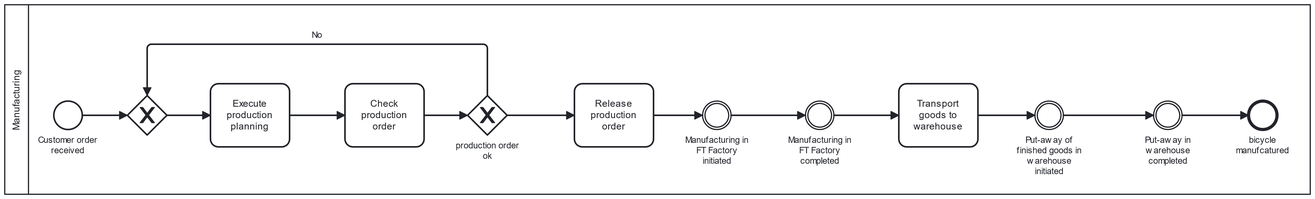
BpaLabTHCologne/bpa_lab_docs keeps this BPMN diagram as processmodels/strategic_model_manufacturing.png. Above is the earlier version. Its source is kept beside it as processmodels/strategic_model_manufacturing.bpmn. Ids are renumbered.
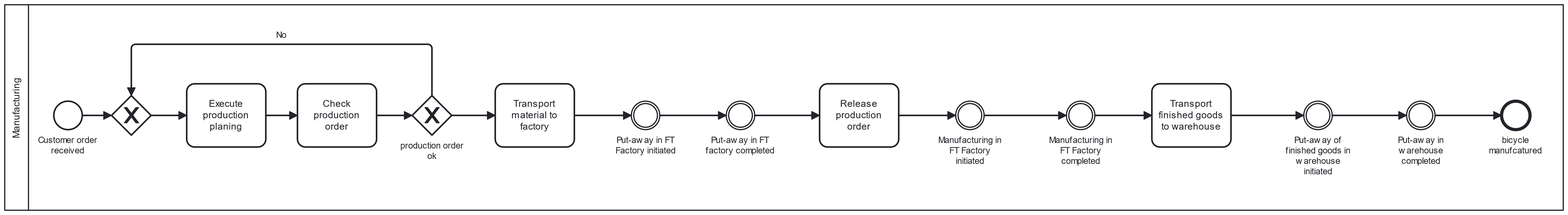
The same diagram one commit later.

Diff of the diagram source:
```diff
@@ -3,37 +3,16 @@
     <bpmn:participant id="Participant_n2" name="Manufacturing" processRef="Process_n3" />
   </bpmn:collaboration>
   <bpmn:process id="Process_n3" isExecutable="true">
-    <bpmn:sequenceFlow id="Flow_n4" sourceRef="StartEvent_1" targetRef="Gateway_n5" />
-    <bpmn:sequenceFlow id="Flow_n6" sourceRef="Activity_n7" targetRef="Activity_n8" />
-    <bpmn:sequenceFlow id="Flow_n9" sourceRef="Activity_n8" targetRef="Gateway_n10" />
-    <bpmn:exclusiveGateway id="Gateway_n5">
-      <bpmn:incoming>Flow_n4</bpmn:incoming>
-      <bpmn:incoming>Flow_n11</bpmn:incoming>
-      <bpmn:outgoing>Flow_n12</bpmn:outgoing>
-    </bpmn:exclusiveGateway>
-    <bpmn:sequenceFlow id="Flow_n12" sourceRef="Gateway_n5" targetRef="Activity_n7" />
-    <bpmn:sequenceFlow id="Flow_n11" name="No" sourceRef="Gateway_n10" targetRef="Gateway_n5" />
-    <bpmn:task id="Activity_n8" name="Check production order">
-      <bpmn:incoming>Flow_n6</bpmn:incoming>
-      <bpmn:outgoing>Flow_n9</bpmn:outgoing>
-    </bpmn:task>
-    <bpmn:exclusiveGateway id="Gateway_n10" name="production order ok">
-      <bpmn:incoming>Flow_n9</bpmn:incoming>
-      <bpmn:outgoing>Flow_n11</bpmn:outgoing>
-      <bpmn:outgoing>Flow_n13</bpmn:outgoing>
-    </bpmn:exclusiveGateway>
-    <bpmn:startEvent id="StartEvent_1" name="Customer order received">
-      <bpmn:outgoing>Flow_n4</bpmn:outgoing>
-    </bpmn:startEvent>
-    <bpmn:sequenceFlow id="Flow_n13" sourceRef="Gateway_n10" targetRef="Activity_n14" />
-    <bpmn:task id="Activity_n7" name="Execute production planning">
-      <bpmn:incoming>Flow_n12</bpmn:incoming>
-      <bpmn:outgoing>Flow_n6</bpmn:outgoing>
-    </bpmn:task>
-    <bpmn:sequenceFlow id="Flow_n15" sourceRef="Activity_n14" targetRef="Event_n16" />
-    <bpmn:sequenceFlow id="Flow_n17" sourceRef="Event_n16" targetRef="Event_n18" />
+    <bpmn:intermediateThrowEvent id="Event_n27" name="Put-away in FT factory completed">
+      <bpmn:incoming>Flow_n28</bpmn:incoming>
+      <bpmn:outgoing>Flow_n29</bpmn:outgoing>
+    </bpmn:intermediateThrowEvent>
+    <bpmn:intermediateThrowEvent id="Event_n30" name="Put-away in FT Factory initiated">
+      <bpmn:incoming>Flow_n31</bpmn:incoming>
+      <bpmn:outgoing>Flow_n28</bpmn:outgoing>
+    </bpmn:intermediateThrowEvent>
     <bpmn:task id="Activity_n14" name="Release production order">
-      <bpmn:incoming>Flow_n13</bpmn:incoming>
+      <bpmn:incoming>Flow_n29</bpmn:incoming>
       <bpmn:outgoing>Flow_n15</bpmn:outgoing>
     </bpmn:task>
     <bpmn:intermediateThrowEvent id="Event_n16" name="Manufacturing in FT Factory initiated">
@@ -44,11 +23,7 @@
       <bpmn:incoming>Flow_n17</bpmn:incoming>
       <bpmn:outgoing>Flow_n19</bpmn:outgoing>
     </bpmn:intermediateThrowEvent>
-    <bpmn:sequenceFlow id="Flow_n20" sourceRef="Event_n21" targetRef="Event_n22" />
-    <bpmn:sequenceFlow id="Flow_n23" sourceRef="Event_n22" targetRef="Event_n24" />
-    <bpmn:sequenceFlow id="Flow_n19" sourceRef="Event_n18" targetRef="Activity_n25" />
-    <bpmn:sequenceFlow id="Flow_n26" sourceRef="Activity_n25" targetRef="Event_n21" />
-    <bpmn:task id="Activity_n25" name="Transport goods to warehouse">
+    <bpmn:task id="Activity_n25" name="Transport finished goods to warehouse">
       <bpmn:incoming>Flow_n19</bpmn:incoming>
       <bpmn:outgoing>Flow_n26</bpmn:outgoing>
     </bpmn:task>
@@ -63,125 +38,194 @@
     <bpmn:endEvent id="Event_n24" name="bicycle manufcatured">
       <bpmn:incoming>Flow_n23</bpmn:incoming>
     </bpmn:endEvent>
+    <bpmn:sequenceFlow id="Flow_n4" sourceRef="StartEvent_1" targetRef="Gateway_n5" />
+    <bpmn:sequenceFlow id="Flow_n11" name="No" sourceRef="Gateway_n10" targetRef="Gateway_n5" />
+    <bpmn:sequenceFlow id="Flow_n12" sourceRef="Gateway_n5" targetRef="Activity_n7" />
+    <bpmn:sequenceFlow id="Flow_n6" sourceRef="Activity_n7" targetRef="Activity_n8" />
+    <bpmn:sequenceFlow id="Flow_n9" sourceRef="Activity_n8" targetRef="Gateway_n10" />
+    <bpmn:sequenceFlow id="Flow_n28" sourceRef="Event_n30" targetRef="Event_n27" />
+    <bpmn:sequenceFlow id="Flow_n29" sourceRef="Event_n27" targetRef="Activity_n14" />
+    <bpmn:sequenceFlow id="Flow_n15" sourceRef="Activity_n14" targetRef="Event_n16" />
+    <bpmn:sequenceFlow id="Flow_n17" sourceRef="Event_n16" targetRef="Event_n18" />
+    <bpmn:sequenceFlow id="Flow_n19" sourceRef="Event_n18" targetRef="Activity_n25" />
+    <bpmn:sequenceFlow id="Flow_n26" sourceRef="Activity_n25" targetRef="Event_n21" />
+    <bpmn:sequenceFlow id="Flow_n20" sourceRef="Event_n21" targetRef="Event_n22" />
+    <bpmn:sequenceFlow id="Flow_n23" sourceRef="Event_n22" targetRef="Event_n24" />
+    <bpmn:exclusiveGateway id="Gateway_n5">
+      <bpmn:incoming>Flow_n4</bpmn:incoming>
+      <bpmn:incoming>Flow_n11</bpmn:incoming>
+      <bpmn:outgoing>Flow_n12</bpmn:outgoing>
+    </bpmn:exclusiveGateway>
+    <bpmn:sequenceFlow id="Flow_n32" sourceRef="Gateway_n10" targetRef="Activity_n33" />
+    <bpmn:sequenceFlow id="Flow_n31" sourceRef="Activity_n33" targetRef="Event_n30" />
+    <bpmn:task id="Activity_n33" name="Transport material to factory">
+      <bpmn:incoming>Flow_n32</bpmn:incoming>
+      <bpmn:outgoing>Flow_n31</bpmn:outgoing>
+    </bpmn:task>
+    <bpmn:exclusiveGateway id="Gateway_n10" name="production order ok">
+      <bpmn:incoming>Flow_n9</bpmn:incoming>
+      <bpmn:outgoing>Flow_n11</bpmn:outgoing>
+      <bpmn:outgoing>Flow_n32</bpmn:outgoing>
+    </bpmn:exclusiveGateway>
+    <bpmn:task id="Activity_n8" name="Check production order">
+      <bpmn:incoming>Flow_n6</bpmn:incoming>
+      <bpmn:outgoing>Flow_n9</bpmn:outgoing>
+    </bpmn:task>
+    <bpmn:task id="Activity_n7" name="Execute production planing">
+      <bpmn:incoming>Flow_n12</bpmn:incoming>
+      <bpmn:outgoing>Flow_n6</bpmn:outgoing>
+    </bpmn:task>
+    <bpmn:startEvent id="StartEvent_1" name="Customer order received">
+      <bpmn:outgoing>Flow_n4</bpmn:outgoing>
+    </bpmn:startEvent>
   </bpmn:process>
   <bpmndi:BPMNDiagram id="BPMNDiagram_1">
     <bpmndi:BPMNPlane id="BPMNPlane_1" bpmnElement="Collaboration_n1">
       <bpmndi:BPMNShape id="Participant_n2_di" bpmnElement="Participant_n2" isHorizontal="true">
-        <dc:Bounds x="150" y="80" width="1650" height="240" />
+        <dc:Bounds x="160" y="80" width="1970" height="260" />
         <bpmndi:BPMNLabel />
       </bpmndi:BPMNShape>
+      <bpmndi:BPMNShape id="Event_n27_di" bpmnElement="Event_n27">
+        <dc:Bounds x="1072" y="202" width="36" height="36" />
+        <bpmndi:BPMNLabel>
+          <dc:Bounds x="1046" y="245" width="88" height="27" />
+        </bpmndi:BPMNLabel>
+      </bpmndi:BPMNShape>
+      <bpmndi:BPMNShape id="Event_n30_di" bpmnElement="Event_n30">
+        <dc:Bounds x="952" y="202" width="36" height="36" />
+        <bpmndi:BPMNLabel>
+          <dc:Bounds x="932" y="245" width="77" height="27" />
+        </bpmndi:BPMNLabel>
+      </bpmndi:BPMNShape>
+      <bpmndi:BPMNShape id="Activity_n14_di" bpmnElement="Activity_n14">
+        <dc:Bounds x="1190" y="180" width="100" height="80" />
+        <bpmndi:BPMNLabel />
+      </bpmndi:BPMNShape>
+      <bpmndi:BPMNShape id="Event_n16_di" bpmnElement="Event_n16">
+        <dc:Bounds x="1362" y="202" width="36" height="36" />
+        <bpmndi:BPMNLabel>
+          <dc:Bounds x="1340" y="245" width="81" height="40" />
+        </bpmndi:BPMNLabel>
+      </bpmndi:BPMNShape>
+      <bpmndi:BPMNShape id="Event_030jygj_di" bpmnElement="Event_n18">
+        <dc:Bounds x="1502" y="202" width="36" height="36" />
+        <bpmndi:BPMNLabel>
+          <dc:Bounds x="1480" y="245" width="81" height="40" />
+        </bpmndi:BPMNLabel>
+      </bpmndi:BPMNShape>
+      <bpmndi:BPMNShape id="Activity_n25_di" bpmnElement="Activity_n25">
+        <dc:Bounds x="1610" y="180" width="100" height="80" />
+        <bpmndi:BPMNLabel />
+      </bpmndi:BPMNShape>
+      <bpmndi:BPMNShape id="Event_n21_di" bpmnElement="Event_n21">
+        <dc:Bounds x="1802" y="202" width="36" height="36" />
+        <bpmndi:BPMNLabel>
+          <dc:Bounds x="1779" y="245" width="83" height="53" />
+        </bpmndi:BPMNLabel>
+      </bpmndi:BPMNShape>
+      <bpmndi:BPMNShape id="Event_n22_di" bpmnElement="Event_n22">
+        <dc:Bounds x="1932" y="202" width="36" height="36" />
+        <bpmndi:BPMNLabel>
+          <dc:Bounds x="1921" y="245" width="59" height="40" />
+        </bpmndi:BPMNLabel>
+      </bpmndi:BPMNShape>
+      <bpmndi:BPMNShape id="Event_n24_di" bpmnElement="Event_n24">
+        <dc:Bounds x="2052" y="202" width="36" height="36" />
+        <bpmndi:BPMNLabel>
+          <dc:Bounds x="2036" y="245" width="68" height="27" />
+        </bpmndi:BPMNLabel>
+      </bpmndi:BPMNShape>
       <bpmndi:BPMNShape id="Gateway_n5_di" bpmnElement="Gateway_n5" isMarkerVisible="true">
-        <dc:Bounds x="305" y="195" width="50" height="50" />
+        <dc:Bounds x="295" y="195" width="50" height="50" />
       </bpmndi:BPMNShape>
-      <bpmndi:BPMNShape id="Activity_n8_di" bpmnElement="Activity_n8">
-        <dc:Bounds x="580" y="180" width="100" height="80" />
+      <bpmndi:BPMNShape id="Activity_n33_di" bpmnElement="Activity_n33">
+        <dc:Bounds x="780" y="180" width="100" height="80" />
         <bpmndi:BPMNLabel />
       </bpmndi:BPMNShape>
       <bpmndi:BPMNShape id="Gateway_n10_di" bpmnElement="Gateway_n10" isMarkerVisible="true">
-        <dc:Bounds x="735" y="195" width="50" height="50" />
+        <dc:Bounds x="675" y="195" width="50" height="50" />
         <bpmndi:BPMNLabel>
-          <dc:Bounds x="720" y="252" width="81" height="27" />
+          <dc:Bounds x="660" y="252" width="81" height="27" />
         </bpmndi:BPMNLabel>
       </bpmndi:BPMNShape>
-      <bpmndi:BPMNShape id="_BPMNShape_StartEvent_2" bpmnElement="StartEvent_1">
-        <dc:Bounds x="212" y="202" width="36" height="36" />
-        <bpmndi:BPMNLabel>
-          <dc:Bounds x="192" y="245" width="76" height="27" />
-        </bpmndi:BPMNLabel>
+      <bpmndi:BPMNShape id="Activity_n8_di" bpmnElement="Activity_n8">
+        <dc:Bounds x="530" y="180" width="100" height="80" />
+        <bpmndi:BPMNLabel />
       </bpmndi:BPMNShape>
       <bpmndi:BPMNShape id="Activity_1ypic23_di" bpmnElement="Activity_n7">
-        <dc:Bounds x="410" y="180" width="100" height="80" />
-      </bpmndi:BPMNShape>
-      <bpmndi:BPMNShape id="Activity_n14_di" bpmnElement="Activity_n14">
-        <dc:Bounds x="870" y="180" width="100" height="80" />
+        <dc:Bounds x="390" y="180" width="100" height="80" />
         <bpmndi:BPMNLabel />
       </bpmndi:BPMNShape>
-      <bpmndi:BPMNShape id="Event_n16_di" bpmnElement="Event_n16">
-        <dc:Bounds x="1032" y="202" width="36" height="36" />
+      <bpmndi:BPMNShape id="_BPMNShape_StartEvent_2" bpmnElement="StartEvent_1">
+        <dc:Bounds x="222" y="202" width="36" height="36" />
         <bpmndi:BPMNLabel>
-          <dc:Bounds x="1010" y="245" width="81" height="40" />
-        </bpmndi:BPMNLabel>
-      </bpmndi:BPMNShape>
-      <bpmndi:BPMNShape id="Event_030jygj_di" bpmnElement="Event_n18">
-        <dc:Bounds x="1162" y="202" width="36" height="36" />
-        <bpmndi:BPMNLabel>
-          <dc:Bounds x="1140" y="245" width="81" height="40" />
-        </bpmndi:BPMNLabel>
-      </bpmndi:BPMNShape>
-      <bpmndi:BPMNShape id="Activity_n25_di" bpmnElement="Activity_n25">
-        <dc:Bounds x="1280" y="180" width="100" height="80" />
-        <bpmndi:BPMNLabel />
-      </bpmndi:BPMNShape>
-      <bpmndi:BPMNShape id="Event_n21_di" bpmnElement="Event_n21">
-        <dc:Bounds x="1452" y="202" width="36" height="36" />
-        <bpmndi:BPMNLabel>
-          <dc:Bounds x="1429" y="245" width="83" height="53" />
-        </bpmndi:BPMNLabel>
-      </bpmndi:BPMNShape>
-      <bpmndi:BPMNShape id="Event_n22_di" bpmnElement="Event_n22">
-        <dc:Bounds x="1602" y="202" width="36" height="36" />
-        <bpmndi:BPMNLabel>
-          <dc:Bounds x="1591" y="245" width="59" height="40" />
-        </bpmndi:BPMNLabel>
-      </bpmndi:BPMNShape>
-      <bpmndi:BPMNShape id="Event_n24_di" bpmnElement="Event_n24">
-        <dc:Bounds x="1722" y="202" width="36" height="36" />
-        <bpmndi:BPMNLabel>
-          <dc:Bounds x="1706" y="245" width="68" height="27" />
+          <dc:Bounds x="202" y="245" width="76" height="27" />
         </bpmndi:BPMNLabel>
       </bpmndi:BPMNShape>
       <bpmndi:BPMNEdge id="Flow_n4_di" bpmnElement="Flow_n4">
-        <di:waypoint x="248" y="220" />
-        <di:waypoint x="305" y="220" />
+        <di:waypoint x="258" y="220" />
+        <di:waypoint x="295" y="220" />
+      </bpmndi:BPMNEdge>
+      <bpmndi:BPMNEdge id="Flow_n11_di" bpmnElement="Flow_n11">
+        <di:waypoint x="700" y="195" />
+        <di:waypoint x="700" y="130" />
+        <di:waypoint x="320" y="130" />
+        <di:waypoint x="320" y="195" />
+        <bpmndi:BPMNLabel>
+          <dc:Bounds x="503" y="112" width="14" height="14" />
+        </bpmndi:BPMNLabel>
+      </bpmndi:BPMNEdge>
+      <bpmndi:BPMNEdge id="Flow_n12_di" bpmnElement="Flow_n12">
+        <di:waypoint x="345" y="220" />
+        <di:waypoint x="390" y="220" />
       </bpmndi:BPMNEdge>
       <bpmndi:BPMNEdge id="Flow_n6_di" bpmnElement="Flow_n6">
-        <di:waypoint x="510" y="220" />
-        <di:waypoint x="580" y="220" />
+        <di:waypoint x="490" y="220" />
+        <di:waypoint x="530" y="220" />
       </bpmndi:BPMNEdge>
       <bpmndi:BPMNEdge id="Flow_n9_di" bpmnElement="Flow_n9">
-        <di:waypoint x="680" y="220" />
-        <di:waypoint x="735" y="220" />
+        <di:waypoint x="630" y="220" />
+        <di:waypoint x="675" y="220" />
       </bpmndi:BPMNEdge>
-      <bpmndi:BPMNEdge id="Flow_n12_di" bpmnElement="Flow_n12">
-        <di:waypoint x="355" y="220" />
-        <di:waypoint x="410" y="220" />
+      <bpmndi:BPMNEdge id="Flow_n28_di" bpmnElement="Flow_n28">
+        <di:waypoint x="988" y="220" />
+        <di:waypoint x="1072" y="220" />
       </bpmndi:BPMNEdge>
-      <bpmndi:BPMNEdge id="Flow_n11_di" bpmnElement="Flow_n11">
-        <di:waypoint x="760" y="195" />
-        <di:waypoint x="760" y="130" />
-        <di:waypoint x="330" y="130" />
-        <di:waypoint x="330" y="195" />
-        <bpmndi:BPMNLabel>
-          <dc:Bounds x="538" y="112" width="14" height="14" />
-        </bpmndi:BPMNLabel>
-      </bpmndi:BPMNEdge>
-      <bpmndi:BPMNEdge id="Flow_n13_di" bpmnElement="Flow_n13">
-        <di:waypoint x="785" y="220" />
-        <di:waypoint x="870" y="220" />
+      <bpmndi:BPMNEdge id="Flow_n29_di" bpmnElement="Flow_n29">
+        <di:waypoint x="1108" y="220" />
+        <di:waypoint x="1190" y="220" />
       </bpmndi:BPMNEdge>
       <bpmndi:BPMNEdge id="Flow_n15_di" bpmnElement="Flow_n15">
-        <di:waypoint x="970" y="220" />
-        <di:waypoint x="1032" y="220" />
+        <di:waypoint x="1290" y="220" />
+        <di:waypoint x="1362" y="220" />
       </bpmndi:BPMNEdge>
       <bpmndi:BPMNEdge id="Flow_n17_di" bpmnElement="Flow_n17">
-        <di:waypoint x="1068" y="220" />
-        <di:waypoint x="1162" y="220" />
+        <di:waypoint x="1398" y="220" />
+        <di:waypoint x="1502" y="220" />
+      </bpmndi:BPMNEdge>
+      <bpmndi:BPMNEdge id="Flow_n19_di" bpmnElement="Flow_n19">
+        <di:waypoint x="1538" y="220" />
+        <di:waypoint x="1610" y="220" />
+      </bpmndi:BPMNEdge>
+      <bpmndi:BPMNEdge id="Flow_n26_di" bpmnElement="Flow_n26">
+        <di:waypoint x="1710" y="220" />
+        <di:waypoint x="1802" y="220" />
       </bpmndi:BPMNEdge>
       <bpmndi:BPMNEdge id="Flow_n20_di" bpmnElement="Flow_n20">
-        <di:waypoint x="1488" y="220" />
-        <di:waypoint x="1602" y="220" />
+        <di:waypoint x="1838" y="220" />
+        <di:waypoint x="1932" y="220" />
       </bpmndi:BPMNEdge>
       <bpmndi:BPMNEdge id="Flow_n23_di" bpmnElement="Flow_n23">
-        <di:waypoint x="1638" y="220" />
-        <di:waypoint x="1722" y="220" />
+        <di:waypoint x="1968" y="220" />
+        <di:waypoint x="2052" y="220" />
       </bpmndi:BPMNEdge>
-      <bpmndi:BPMNEdge id="Flow_n19_di" bpmnElement="Flow_n19">
-        <di:waypoint x="1198" y="220" />
-        <di:waypoint x="1280" y="220" />
+      <bpmndi:BPMNEdge id="Flow_n32_di" bpmnElement="Flow_n32">
+        <di:waypoint x="725" y="220" />
+        <di:waypoint x="780" y="220" />
       </bpmndi:BPMNEdge>
-      <bpmndi:BPMNEdge id="Flow_n26_di" bpmnElement="Flow_n26">
-        <di:waypoint x="1380" y="220" />
-        <di:waypoint x="1452" y="220" />
+      <bpmndi:BPMNEdge id="Flow_n31_di" bpmnElement="Flow_n31">
+        <di:waypoint x="880" y="220" />
+        <di:waypoint x="952" y="220" />
       </bpmndi:BPMNEdge>
     </bpmndi:BPMNPlane>
   </bpmndi:BPMNDiagram>
```
